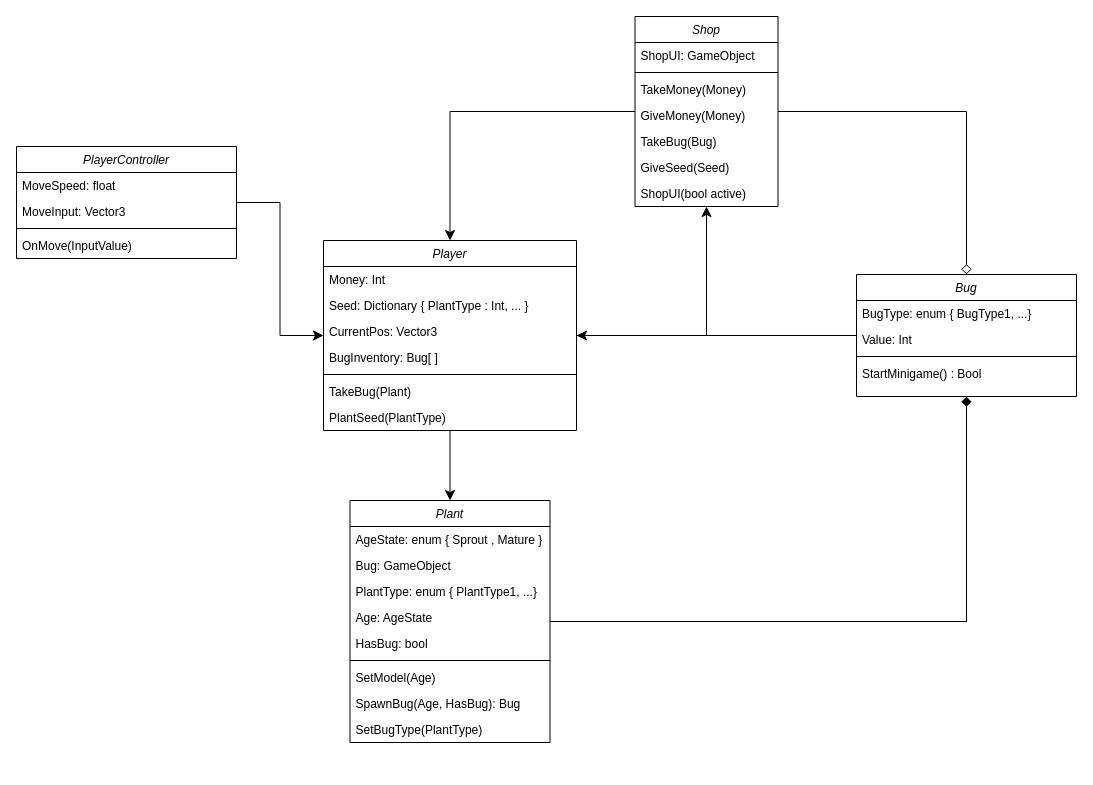
Before: Assets/Documents/Untitled Diagram.drawio in jdelacruz1223/SGDA-Spring-Jam-2025, a draw.io diagram. Source tidied: cells renumbered, new cells numbered last; positions are measured from the earlier drawing's top-left corner, leaving out a move shared by most shapes. Both pictures are drawn from the tidied source at 100%, with x=0, y=0 at pixel (16, 16).
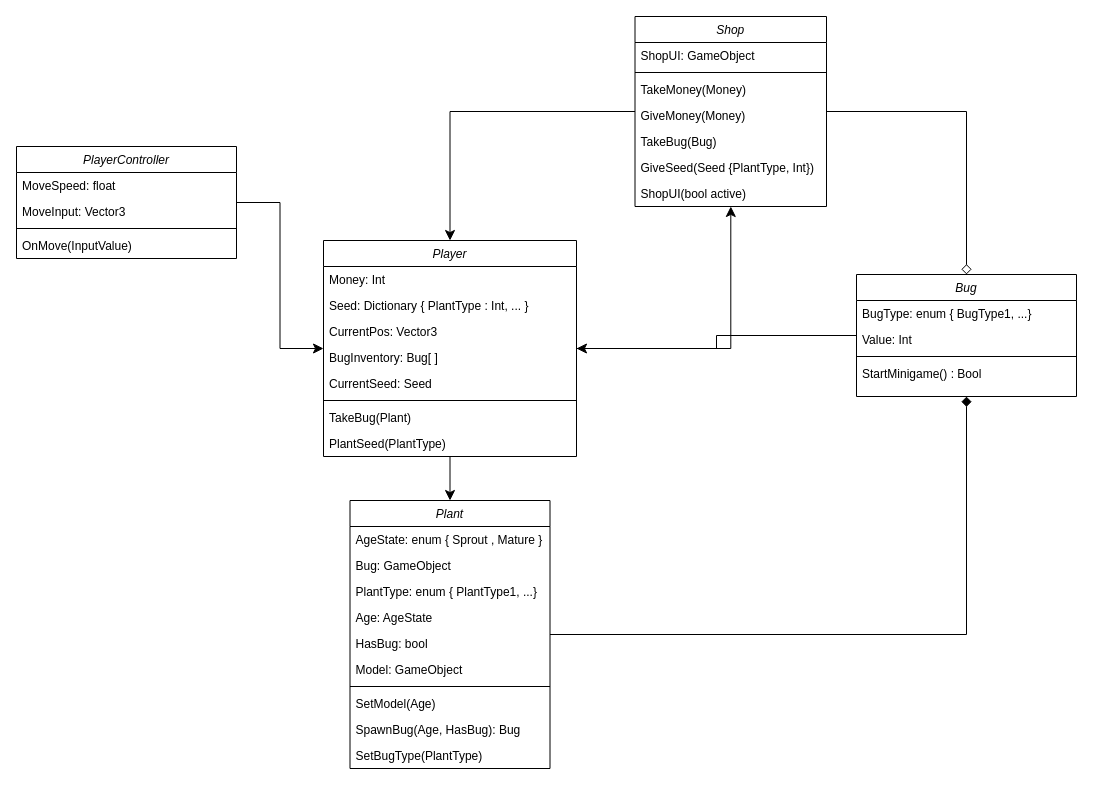
Above is the later version.

Diff of the diagram source:
```diff
@@
     <mxCell id="3" value="Plant" style="swimlane;fontStyle=2;align=center;verticalAlign=top;horizontal=1;startSize=26;rounded=0;shadow=0;strokeWidth=1;" parent="1" vertex="1">
-      <mxGeometry x="333.5" y="484" width="200" height="242" as="geometry" />
+      <mxGeometry x="333.5" y="484" width="200" height="268" as="geometry" />
     </mxCell>
@@
+    <mxCell id="45" value="Model: GameObject" style="text;align=left;verticalAlign=top;spacingLeft=4;spacingRight=4;overflow=hidden;" parent="3" vertex="1">
+      <mxGeometry y="156" width="200" height="26" as="geometry" />
+    </mxCell>
     <mxCell id="9" style="line;html=1;strokeWidth=1;align=left;verticalAlign=middle;spacingTop=-1;spacingLeft=3;spacingRight=3;labelPosition=right;" parent="3" vertex="1">
-      <mxGeometry y="156" width="200" height="8" as="geometry" />
+      <mxGeometry y="182" width="200" height="8" as="geometry" />
     </mxCell>
     <mxCell id="10" value="SetModel(Age)" style="text;align=left;verticalAlign=top;spacingLeft=4;spacingRight=4;overflow=hidden;" parent="3" vertex="1">
-      <mxGeometry y="164" width="200" height="26" as="geometry" />
+      <mxGeometry y="190" width="200" height="26" as="geometry" />
     </mxCell>
     <mxCell id="11" value="SpawnBug(Age, HasBug): Bug" style="text;align=left;verticalAlign=top;spacingLeft=4;spacingRight=4;overflow=hidden;" parent="3" vertex="1">
-      <mxGeometry y="190" width="200" height="26" as="geometry" />
+      <mxGeometry y="216" width="200" height="26" as="geometry" />
     </mxCell>
     <mxCell id="12" value="SetBugType(PlantType)" style="text;align=left;verticalAlign=top;spacingLeft=4;spacingRight=4;overflow=hidden;" parent="3" vertex="1">
-      <mxGeometry y="216" width="200" height="26" as="geometry" />
+      <mxGeometry y="242" width="200" height="26" as="geometry" />
     </mxCell>
@@
     <mxCell id="21" value="Shop" style="swimlane;fontStyle=2;align=center;verticalAlign=top;horizontal=1;startSize=26;rounded=0;shadow=0;strokeWidth=1;" parent="1" vertex="1">
-      <mxGeometry x="618.5" width="143" height="190" as="geometry" />
+      <mxGeometry x="618.5" width="191.5" height="190" as="geometry" />
     </mxCell>
     <mxCell id="22" value="ShopUI: GameObject" style="text;align=left;verticalAlign=top;spacingLeft=4;spacingRight=4;overflow=hidden;" parent="21" vertex="1">
-      <mxGeometry y="26" width="143" height="26" as="geometry" />
+      <mxGeometry y="26" width="191.5" height="26" as="geometry" />
     </mxCell>
     <mxCell id="23" style="line;html=1;strokeWidth=1;align=left;verticalAlign=middle;spacingTop=-1;spacingLeft=3;spacingRight=3;labelPosition=right;" parent="21" vertex="1">
-      <mxGeometry y="52" width="143" height="8" as="geometry" />
+      <mxGeometry y="52" width="191.5" height="8" as="geometry" />
     </mxCell>
     <mxCell id="24" value="TakeMoney(Money)" style="text;align=left;verticalAlign=top;spacingLeft=4;spacingRight=4;overflow=hidden;" parent="21" vertex="1">
-      <mxGeometry y="60" width="143" height="26" as="geometry" />
+      <mxGeometry y="60" width="191.5" height="26" as="geometry" />
     </mxCell>
     <mxCell id="25" value="GiveMoney(Money)" style="text;align=left;verticalAlign=top;spacingLeft=4;spacingRight=4;overflow=hidden;" parent="21" vertex="1">
-      <mxGeometry y="86" width="143" height="26" as="geometry" />
+      <mxGeometry y="86" width="191.5" height="26" as="geometry" />
     </mxCell>
     <mxCell id="26" value="TakeBug(Bug)" style="text;align=left;verticalAlign=top;spacingLeft=4;spacingRight=4;overflow=hidden;" parent="21" vertex="1">
-      <mxGeometry y="112" width="143" height="26" as="geometry" />
+      <mxGeometry y="112" width="191.5" height="26" as="geometry" />
     </mxCell>
-    <mxCell id="27" value="GiveSeed(Seed)" style="text;align=left;verticalAlign=top;spacingLeft=4;spacingRight=4;overflow=hidden;" parent="21" vertex="1">
-      <mxGeometry y="138" width="143" height="26" as="geometry" />
+    <mxCell id="27" value="GiveSeed(Seed {PlantType, Int})" style="text;align=left;verticalAlign=top;spacingLeft=4;spacingRight=4;overflow=hidden;" parent="21" vertex="1">
+      <mxGeometry y="138" width="191.5" height="26" as="geometry" />
     </mxCell>
     <mxCell id="28" value="ShopUI(bool active)" style="text;align=left;verticalAlign=top;spacingLeft=4;spacingRight=4;overflow=hidden;" parent="21" vertex="1">
-      <mxGeometry y="164" width="143" height="26" as="geometry" />
+      <mxGeometry y="164" width="191.5" height="26" as="geometry" />
     </mxCell>
@@
     <mxCell id="31" value="Player" style="swimlane;fontStyle=2;align=center;verticalAlign=top;horizontal=1;startSize=26;rounded=0;shadow=0;strokeWidth=1;" parent="1" vertex="1">
-      <mxGeometry x="307" y="224" width="253" height="190" as="geometry" />
+      <mxGeometry x="307" y="224" width="253" height="216" as="geometry" />
     </mxCell>
@@
+    <mxCell id="46" value="CurrentSeed: Seed" style="text;align=left;verticalAlign=top;spacingLeft=4;spacingRight=4;overflow=hidden;" parent="31" vertex="1">
+      <mxGeometry y="130" width="253" height="26" as="geometry" />
+    </mxCell>
     <mxCell id="36" style="line;html=1;strokeWidth=1;align=left;verticalAlign=middle;spacingTop=-1;spacingLeft=3;spacingRight=3;labelPosition=right;" parent="31" vertex="1">
-      <mxGeometry y="130" width="253" height="8" as="geometry" />
+      <mxGeometry y="156" width="253" height="8" as="geometry" />
     </mxCell>
     <mxCell id="37" value="TakeBug(Plant)" style="text;align=left;verticalAlign=top;spacingLeft=4;spacingRight=4;overflow=hidden;" parent="31" vertex="1">
-      <mxGeometry y="138" width="253" height="26" as="geometry" />
+      <mxGeometry y="164" width="253" height="26" as="geometry" />
     </mxCell>
     <mxCell id="38" value="PlantSeed(PlantType)" style="text;align=left;verticalAlign=top;spacingLeft=4;spacingRight=4;overflow=hidden;" parent="31" vertex="1">
-      <mxGeometry y="164" width="253" height="26" as="geometry" />
+      <mxGeometry y="190" width="253" height="26" as="geometry" />
     </mxCell>
```
